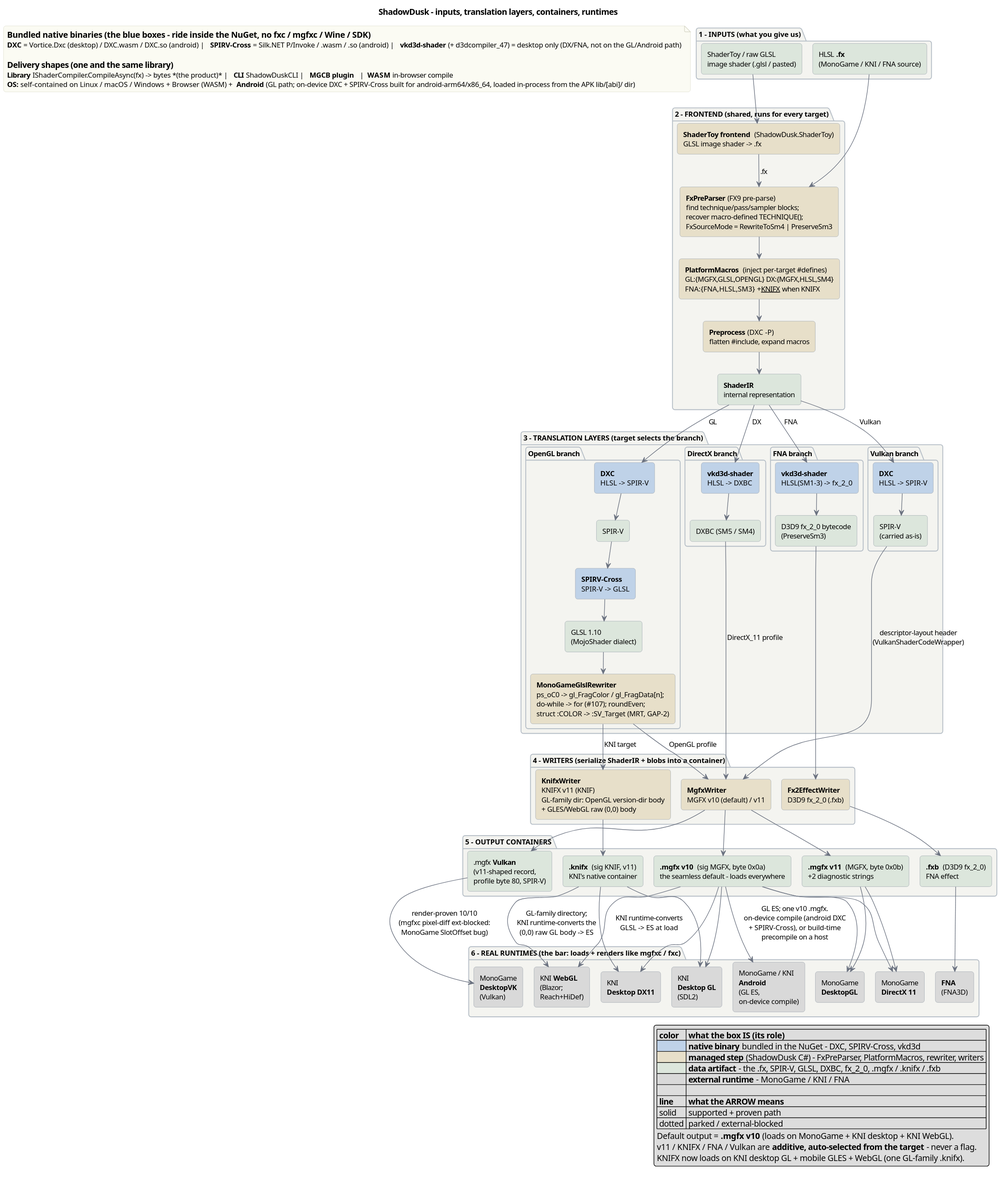
Above: docfx/images/pipeline-overview.svg in kaltinril/ShadowDusk (PlantUML), before the change. Source of this version:
```plantuml
@startuml
!pragma layout smetana

title ShadowDusk - inputs, translation layers, containers, runtimes

skinparam shadowing false
skinparam roundCorner 8
skinparam ArrowColor #6b7280
skinparam defaultFontName "Segoe UI"
skinparam defaultFontSize 12
skinparam rectangle {
  BorderColor #9aa3ad
}
skinparam package {
  BackgroundColor #F4F4F0
  BorderColor #b8c0c8
  FontStyle bold
}
skinparam note {
  BackgroundColor #FBFBF3
  BorderColor #d8d8c8
}

package "1 - INPUTS  (what you give us)" {
  rectangle "HLSL **.fx**\n(MonoGame / KNI / FNA source)" as FX #DCE6DC
  rectangle "ShaderToy / raw GLSL\nimage shader (.glsl / pasted)" as GLSLIN #DCE6DC
}

package "2 - FRONTEND  (shared, runs for every target)" {
  rectangle "**ShaderToy frontend**  (ShadowDusk.ShaderToy)\nGLSL image shader -> .fx" as STOY #E7DFC9
  rectangle "**FxPreParser** (FX9 pre-parse)\nfind technique/pass/sampler blocks;\nrecover macro-defined TECHNIQUE();\nFxSourceMode = RewriteToSm4 | PreserveSm3" as PRE #E7DFC9
  rectangle "**PlatformMacros**  (inject per-target #defines)\nGL:{MGFX,GLSL,OPENGL}  DX:{MGFX,HLSL,SM4}\nFNA:{FNA,HLSL,SM3}   +__KNIFX__ when KNIFX" as MAC #E7DFC9
  rectangle "**Preprocess** (DXC -P)\nflatten #include, expand macros" as PP #E7DFC9
  rectangle "**ShaderIR**\ninternal representation" as IR #DCE6DC
}

package "3 - TRANSLATION LAYERS  (target selects the branch)" {

  package "OpenGL branch" {
    rectangle "**DXC**\nHLSL -> SPIR-V" as GL_DXC #BFD2E8
    rectangle "SPIR-V" as GL_SPV #DCE6DC
    rectangle "**SPIRV-Cross**\nSPIR-V -> GLSL" as GL_SPVC #BFD2E8
    rectangle "GLSL 1.10\n(MojoShader dialect)" as GL_GLSL #DCE6DC
    rectangle "**MonoGameGlslRewriter**\nps_oC0 -> gl_FragColor / gl_FragData[n];\ndo-while -> for (#107); roundEven;\nstruct :COLOR -> :SV_Target (MRT, GAP-2)" as GL_RW #E7DFC9
    GL_DXC -down-> GL_SPV
    GL_SPV -down-> GL_SPVC
    GL_SPVC -down-> GL_GLSL
    GL_GLSL -down-> GL_RW
  }

  package "DirectX branch" {
    rectangle "**vkd3d-shader**\nHLSL -> DXBC" as DX_VKD #BFD2E8
    rectangle "DXBC (SM5 / SM4)" as DX_DXBC #DCE6DC
    DX_VKD -down-> DX_DXBC
  }

  package "FNA branch" {
    rectangle "**vkd3d-shader**\nHLSL(SM1-3) -> fx_2_0" as FNA_VKD #BFD2E8
    rectangle "D3D9 fx_2_0 bytecode\n(PreserveSm3)" as FNA_FX2 #DCE6DC
    FNA_VKD -down-> FNA_FX2
  }

  package "Vulkan branch" {
    rectangle "**DXC**\nHLSL -> SPIR-V" as VK_DXC #BFD2E8
    rectangle "SPIR-V\n(carried as-is)" as VK_SPV #DCE6DC
    VK_DXC -down-> VK_SPV
  }
}

package "4 - WRITERS  (serialize ShaderIR + blobs into a container)" {
  rectangle "**MgfxWriter**\nMGFX v10 (default) / v11" as MGW #E7DFC9
  rectangle "**KnifxWriter**\nKNIFX v11 (KNIF)\nGL-family dir: OpenGL version-dir body\n+ GLES/WebGL raw (0,0) body" as KNW #E7DFC9
  rectangle "**Fx2EffectWriter**\nD3D9 fx_2_0 (.fxb)" as FXW #E7DFC9
}

package "5 - OUTPUT CONTAINERS" {
  rectangle "**.mgfx v10**  (sig MGFX, byte 0x0a)\nthe seamless default - loads everywhere" as O_MGFX10 #DCE6DC
  rectangle "**.mgfx v11**  (MGFX, byte 0x0b)\n+2 diagnostic strings" as O_MGFX11 #DCE6DC
  rectangle "**.knifx**  (sig KNIF, v11)\nKNI's native container" as O_KNIFX #DCE6DC
  rectangle "**.fxb**  (D3D9 fx_2_0)\nFNA effect" as O_FXB #DCE6DC
  rectangle ".mgfx **Vulkan**\n(v11-shaped record,\nprofile byte 80, SPIR-V)" as O_MGFXVK #DCE6DC
}

package "6 - REAL RUNTIMES  (the bar: loads + renders like mgfxc / fxc)" {
  rectangle "KNI **WebGL**\n(Blazor;\nReach+HiDef)" as R_KNIWEB #D9D9D9
  rectangle "KNI\n**Desktop GL**\n(SDL2)" as R_KNIGL #D9D9D9
  rectangle "KNI\n**Desktop DX11**" as R_KNIDX #D9D9D9
  rectangle "MonoGame\n**DesktopGL**" as R_MGGL #D9D9D9
  rectangle "MonoGame\n**DirectX 11**" as R_MGDX #D9D9D9
  rectangle "MonoGame\n**DesktopVK**\n(Vulkan)" as R_MGVK #D9D9D9
  rectangle "**FNA**\n(FNA3D)" as R_FNA #D9D9D9
  rectangle "MonoGame / KNI\n**Android**\n(GL ES,\non-device compile)" as R_ANDROID #D9D9D9
}

GLSLIN --> STOY
STOY --> PRE : ".fx"
FX --> PRE
PRE --> MAC
MAC --> PP
PP --> IR

IR --> GL_DXC : "GL"
IR --> DX_VKD : "DX"
IR --> FNA_VKD : "FNA"
IR --> VK_DXC : "Vulkan"

GL_RW --> MGW : "OpenGL profile"
GL_RW --> KNW : "KNI target"
DX_DXBC --> MGW : "DirectX_11 profile"
FNA_FX2 --> FXW
VK_SPV --> MGW : "descriptor-layout header\n(VulkanShaderCodeWrapper)"

MGW --> O_MGFX10
MGW --> O_MGFX11
MGW --> O_MGFXVK
KNW --> O_KNIFX
FXW --> O_FXB

O_MGFX10 --> R_MGGL
O_MGFX10 --> R_MGDX
O_MGFX10 --> R_KNIGL
O_MGFX10 --> R_KNIDX
O_MGFX10 --> R_KNIWEB : "KNI runtime-converts\nGLSL -> ES at load"
O_MGFX11 --> R_MGGL
O_MGFX11 --> R_MGDX
O_KNIFX --> R_KNIGL
O_KNIFX --> R_KNIDX
O_KNIFX --> R_KNIWEB : "GL-family directory;\nKNI runtime-converts the\n(0,0) raw GL body -> ES"
O_FXB --> R_FNA
O_MGFXVK --> R_MGVK : "render-proven 10/10\n(mgfxc pixel-diff ext-blocked:\nMonoGame SlotOffset bug)"
O_MGFX10 --> R_ANDROID : "GL ES; one v10 .mgfx.\non-device compile (android DXC\n+ SPIRV-Cross), or build-time\nprecompile on a host"

note as N1
== Bundled native binaries (the blue boxes - ride inside the NuGet, no fxc / mgfxc / Wine / SDK)
**DXC** = Vortice.Dxc (desktop) / DXC.wasm / DXC.so (android)   |   **SPIRV-Cross** = Silk.NET P/Invoke / .wasm / .so (android)   |   **vkd3d-shader** (+ d3dcompiler_47) = desktop only (DX/FNA, not on the GL/Android path)

== Delivery shapes (one and the same library)
**Library** IShaderCompiler.CompileAsync(fx) -> bytes  *(the product)*   |   **CLI** ShadowDuskCLI   |   **MGCB plugin**   |   **WASM** in-browser compile
**OS:** self-contained on Linux / macOS / Windows  +  Browser (WASM)  +  **Android** (GL path; on-device DXC + SPIRV-Cross built for android-arm64/x86_64, loaded in-process from the APK lib/[abi]/ dir)
end note

legend right
  |= color |= what the box IS (its role) |
  |<#BFD2E8>          | **native binary** bundled in the NuGet - DXC, SPIRV-Cross, vkd3d |
  |<#E7DFC9>          | **managed step** (ShadowDusk C#) - FxPreParser, PlatformMacros, rewriter, writers |
  |<#DCE6DC>          | **data artifact** - the .fx, SPIR-V, GLSL, DXBC, fx_2_0, .mgfx / .knifx / .fxb |
  |<#D9D9D9>          | **external runtime** - MonoGame / KNI / FNA |
  |          |          |
  |= line |= what the ARROW means |
  | solid | supported + proven path |
  | dotted | parked / external-blocked |
  Default output = **.mgfx v10** (loads on MonoGame + KNI desktop + KNI WebGL).
  v11 / KNIFX / FNA / Vulkan are **additive, auto-selected from the target** - never a flag.
  KNIFX now loads on KNI desktop GL + mobile GLES + WebGL (one GL-family .knifx).
endlegend
@enduml
```
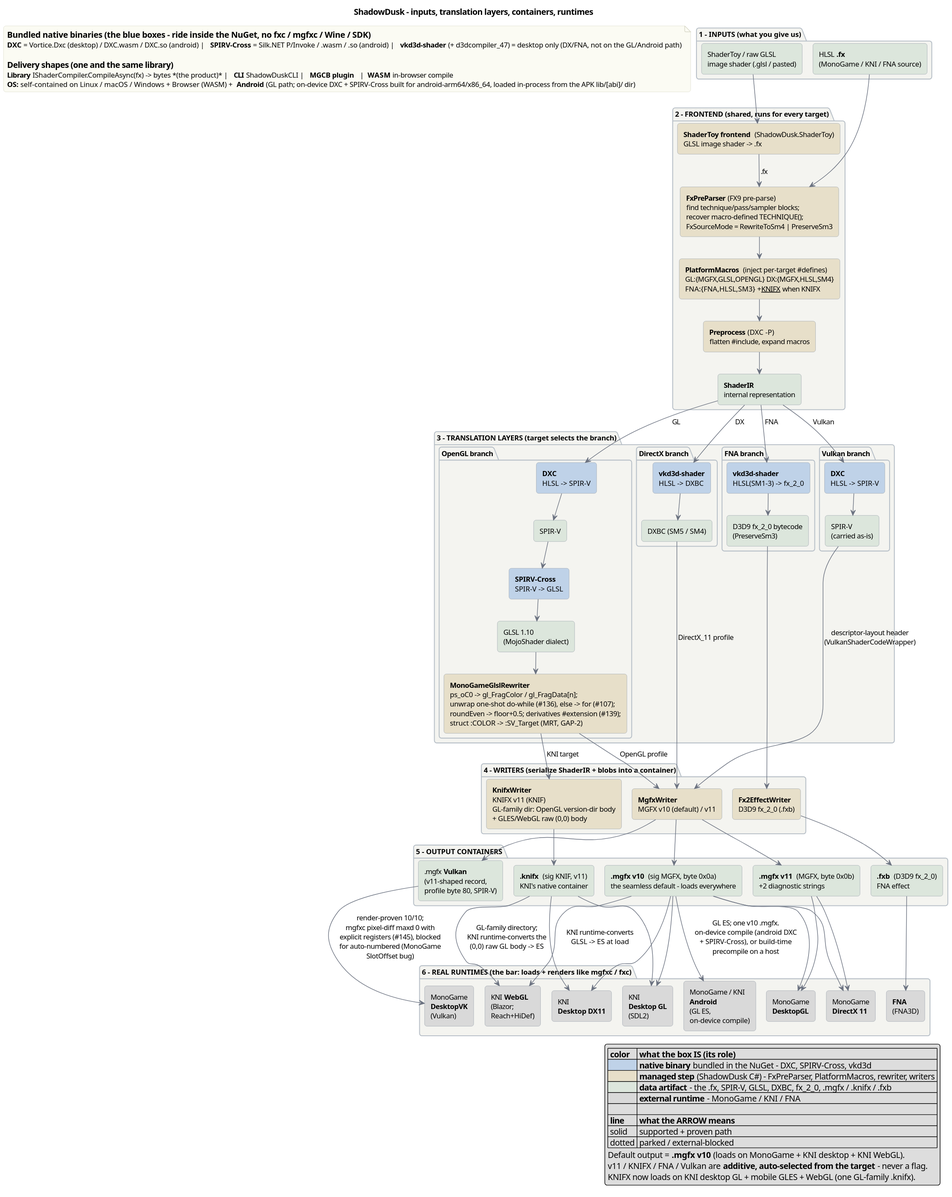
After the change.

What changed in the source:
```diff
@@ -41,7 +41,7 @@
     rectangle "SPIR-V" as GL_SPV #DCE6DC
     rectangle "**SPIRV-Cross**\nSPIR-V -> GLSL" as GL_SPVC #BFD2E8
     rectangle "GLSL 1.10\n(MojoShader dialect)" as GL_GLSL #DCE6DC
-    rectangle "**MonoGameGlslRewriter**\nps_oC0 -> gl_FragColor / gl_FragData[n];\ndo-while -> for (#107); roundEven;\nstruct :COLOR -> :SV_Target (MRT, GAP-2)" as GL_RW #E7DFC9
+    rectangle "**MonoGameGlslRewriter**\nps_oC0 -> gl_FragColor / gl_FragData[n];\nunwrap one-shot do-while (#136), else -> for (#107);\nroundEven -> floor+0.5; derivatives #extension (#139);\nstruct :COLOR -> :SV_Target (MRT, GAP-2)" as GL_RW #E7DFC9
     GL_DXC -down-> GL_SPV
     GL_SPV -down-> GL_SPVC
     GL_SPVC -down-> GL_GLSL
@@ -127,7 +127,7 @@
 O_KNIFX --> R_KNIDX
 O_KNIFX --> R_KNIWEB : "GL-family directory;\nKNI runtime-converts the\n(0,0) raw GL body -> ES"
 O_FXB --> R_FNA
-O_MGFXVK --> R_MGVK : "render-proven 10/10\n(mgfxc pixel-diff ext-blocked:\nMonoGame SlotOffset bug)"
+O_MGFXVK --> R_MGVK : "render-proven 10/10;\nmgfxc pixel-diff maxd 0 with\nexplicit registers (#145), blocked\nfor auto-numbered (MonoGame\nSlotOffset bug)"
 O_MGFX10 --> R_ANDROID : "GL ES; one v10 .mgfx.\non-device compile (android DXC\n+ SPIRV-Cross), or build-time\nprecompile on a host"
 
 note as N1
```
